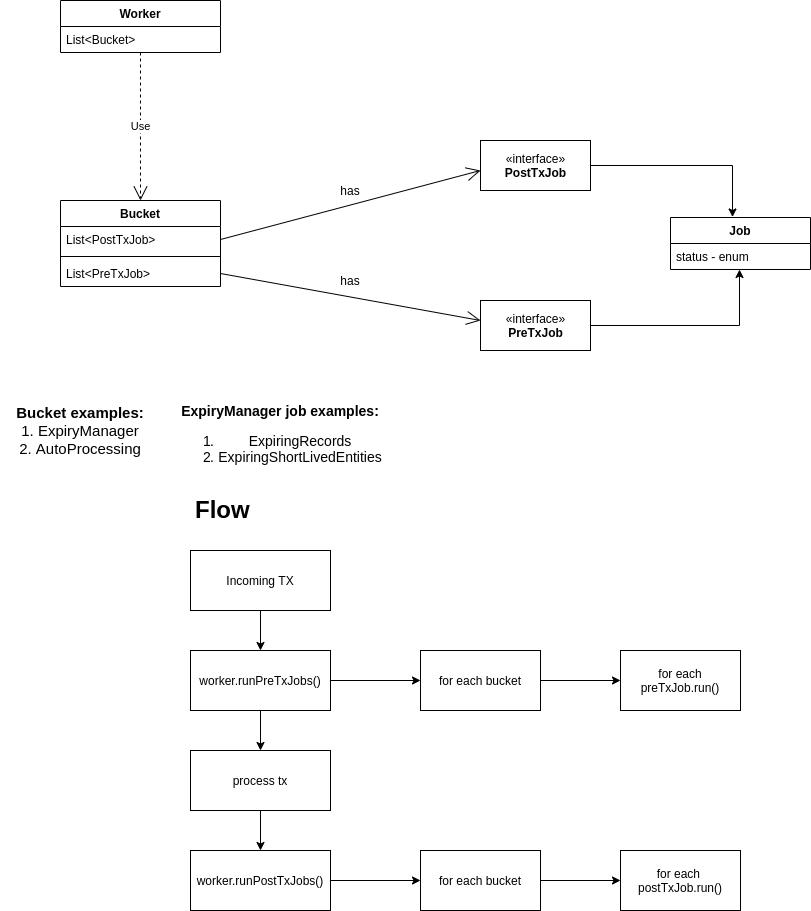
This is docs/expiry-and-auto-renewal/images/expiry_diagrams_and_flow.png from hashgraph/hedera-services, a draw.io export, as it was before one commit. Source tidied: cells renumbered, new cells last; positions are measured from the earlier drawing's top-left corner, leaving out a move shared by most shapes. Its diagram source:
```xml
<mxGraphModel background="#ffffff">
  <root>
    <mxCell id="0" />
    <mxCell id="1" parent="0" />
    <mxCell id="2" value="Worker" style="swimlane;fontStyle=1;align=center;verticalAlign=top;horizontal=1;startSize=26;" parent="1" vertex="1">
      <mxGeometry x="60" width="160" height="52" as="geometry" />
    </mxCell>
    <mxCell id="3" value="List&lt;Bucket&gt;" style="text;strokeColor=none;fillColor=none;align=left;verticalAlign=top;spacingLeft=4;spacingRight=4;overflow=hidden;points=[[0,0.5],[1,0.5]];portConstraint=eastwest;" parent="2" vertex="1">
      <mxGeometry y="26" width="160" height="26" as="geometry" />
    </mxCell>
    <mxCell id="4" value="Bucket" style="swimlane;fontStyle=1;align=center;verticalAlign=top;horizontal=1;startSize=26;" parent="1" vertex="1">
      <mxGeometry x="60" y="200" width="160" height="86" as="geometry" />
    </mxCell>
    <mxCell id="5" value="List&lt;PostTxJob&gt;" style="text;strokeColor=none;fillColor=none;align=left;verticalAlign=top;spacingLeft=4;spacingRight=4;overflow=hidden;points=[[0,0.5],[1,0.5]];portConstraint=eastwest;" parent="4" vertex="1">
      <mxGeometry y="26" width="160" height="26" as="geometry" />
    </mxCell>
    <mxCell id="6" style="line;strokeWidth=1;fillColor=none;align=left;verticalAlign=middle;spacingTop=-1;spacingLeft=3;spacingRight=3;labelPosition=right;" parent="4" vertex="1">
      <mxGeometry y="52" width="160" height="8" as="geometry" />
    </mxCell>
    <mxCell id="7" value="List&lt;PreTxJob&gt;" style="text;strokeColor=none;fillColor=none;align=left;verticalAlign=top;spacingLeft=4;spacingRight=4;overflow=hidden;points=[[0,0.5],[1,0.5]];portConstraint=eastwest;" parent="4" vertex="1">
      <mxGeometry y="60" width="160" height="26" as="geometry" />
    </mxCell>
    <mxCell id="8" style="endArrow=open;endFill=1;endSize=12;html=1;exitX=1;exitY=0.5;exitDx=0;exitDy=0;" parent="1" edge="1" source="5">
      <mxGeometry relative="1" as="geometry">
        <mxPoint x="480" y="170" as="targetPoint" />
      </mxGeometry>
    </mxCell>
    <mxCell id="9" style="endArrow=open;endFill=1;endSize=12;html=1;exitX=1;exitY=0.5;exitDx=0;exitDy=0;" parent="1" edge="1" source="7">
      <mxGeometry relative="1" as="geometry">
        <mxPoint x="480" y="320" as="targetPoint" />
      </mxGeometry>
    </mxCell>
    <mxCell id="10" style="edgeStyle=orthogonalEdgeStyle;rounded=0;jettySize=auto;html=1;entryX=0.443;entryY=-0.01;entryDx=0;entryDy=0;entryPerimeter=0;exitX=1;exitY=0.5;exitDx=0;exitDy=0;" parent="1" edge="1" source="11" target="15">
      <mxGeometry relative="1" as="geometry" />
    </mxCell>
    <mxCell id="11" value="«interface»&lt;br&gt;&lt;b&gt;PostTxJob&lt;/b&gt;" style="html=1;" parent="1" vertex="1">
      <mxGeometry x="480" y="140" width="110" height="50" as="geometry" />
    </mxCell>
    <mxCell id="12" style="edgeStyle=orthogonalEdgeStyle;rounded=0;jettySize=auto;html=1;exitX=1;exitY=0.5;exitDx=0;exitDy=0;" parent="1" edge="1" source="13" target="16">
      <mxGeometry relative="1" as="geometry">
        <Array as="points">
          <mxPoint x="739" y="325" />
        </Array>
      </mxGeometry>
    </mxCell>
    <mxCell id="13" value="«interface»&lt;br&gt;&lt;b&gt;PreTxJob&lt;/b&gt;" style="html=1;" parent="1" vertex="1">
      <mxGeometry x="480" y="300" width="110" height="50" as="geometry" />
    </mxCell>
    <mxCell id="14" value="Use" style="endArrow=open;endSize=12;dashed=1;html=1;entryX=0.5;entryY=0;entryDx=0;entryDy=0;exitX=0.5;exitY=1;exitDx=0;exitDy=0;exitPerimeter=0;" parent="1" edge="1" source="3" target="4">
      <mxGeometry relative="1" as="geometry" />
    </mxCell>
    <mxCell id="15" value="Job" style="swimlane;fontStyle=1;horizontal=1;startSize=26;fillColor=none;" parent="1" vertex="1">
      <mxGeometry x="670" y="217" width="140" height="52" as="geometry" />
    </mxCell>
    <mxCell id="16" value="status - enum" style="text;strokeColor=none;fillColor=none;align=left;verticalAlign=top;spacingLeft=4;spacingRight=4;overflow=hidden;points=[[0,0.5],[1,0.5]];portConstraint=eastwest;" parent="15" vertex="1">
      <mxGeometry y="26" width="140" height="26" as="geometry" />
    </mxCell>
    <mxCell id="17" value="has" style="text;html=1;strokeColor=none;fillColor=none;align=center;verticalAlign=middle;whiteSpace=wrap;rounded=0;" parent="1" vertex="1">
      <mxGeometry x="330" y="180" width="40" height="20" as="geometry" />
    </mxCell>
    <mxCell id="18" value="has" style="text;html=1;strokeColor=none;fillColor=none;align=center;verticalAlign=middle;whiteSpace=wrap;rounded=0;" parent="1" vertex="1">
      <mxGeometry x="330" y="270" width="40" height="20" as="geometry" />
    </mxCell>
    <mxCell id="19" value="&lt;h1&gt;Flow&amp;nbsp;&lt;/h1&gt;" style="text;html=1;strokeColor=none;fillColor=none;spacing=5;spacingTop=-20;whiteSpace=wrap;overflow=hidden;rounded=0;" parent="1" vertex="1">
      <mxGeometry x="190" y="490" width="70" height="40" as="geometry" />
    </mxCell>
    <mxCell id="20" style="edgeStyle=orthogonalEdgeStyle;rounded=0;jettySize=auto;html=1;" parent="1" edge="1" source="21" target="24">
      <mxGeometry relative="1" as="geometry" />
    </mxCell>
    <mxCell id="21" value="Incoming TX" style="rounded=0;whiteSpace=wrap;html=1;" parent="1" vertex="1">
      <mxGeometry x="190" y="550" width="140" height="60" as="geometry" />
    </mxCell>
    <mxCell id="22" style="edgeStyle=orthogonalEdgeStyle;rounded=0;jettySize=auto;html=1;" parent="1" edge="1" source="24" target="26">
      <mxGeometry relative="1" as="geometry" />
    </mxCell>
    <mxCell id="23" style="edgeStyle=orthogonalEdgeStyle;rounded=0;jettySize=auto;html=1;" parent="1" edge="1" source="24" target="30">
      <mxGeometry relative="1" as="geometry" />
    </mxCell>
    <mxCell id="24" value="worker.runPreTxJobs()" style="whiteSpace=wrap;html=1;rounded=0;" parent="1" vertex="1">
      <mxGeometry x="190" y="650" width="140" height="60" as="geometry" />
    </mxCell>
    <mxCell id="25" style="edgeStyle=orthogonalEdgeStyle;rounded=0;jettySize=auto;html=1;" parent="1" edge="1" source="26" target="28">
      <mxGeometry relative="1" as="geometry" />
    </mxCell>
    <mxCell id="26" value="process tx" style="whiteSpace=wrap;html=1;rounded=0;" parent="1" vertex="1">
      <mxGeometry x="190" y="750" width="140" height="60" as="geometry" />
    </mxCell>
    <mxCell id="27" style="edgeStyle=orthogonalEdgeStyle;rounded=0;jettySize=auto;html=1;" parent="1" edge="1" source="28" target="33">
      <mxGeometry relative="1" as="geometry" />
    </mxCell>
    <mxCell id="28" value="worker.runPostTxJobs()" style="whiteSpace=wrap;html=1;rounded=0;" parent="1" vertex="1">
      <mxGeometry x="190" y="850" width="140" height="60" as="geometry" />
    </mxCell>
    <mxCell id="29" style="edgeStyle=orthogonalEdgeStyle;rounded=0;jettySize=auto;html=1;" parent="1" edge="1" source="30" target="31">
      <mxGeometry relative="1" as="geometry" />
    </mxCell>
    <mxCell id="30" value="for each bucket" style="whiteSpace=wrap;html=1;rounded=0;" parent="1" vertex="1">
      <mxGeometry x="420" y="650" width="120" height="60" as="geometry" />
    </mxCell>
    <mxCell id="31" value="for each preTxJob.run()" style="whiteSpace=wrap;html=1;rounded=0;" parent="1" vertex="1">
      <mxGeometry x="620" y="650" width="120" height="60" as="geometry" />
    </mxCell>
    <mxCell id="32" style="edgeStyle=orthogonalEdgeStyle;rounded=0;jettySize=auto;html=1;" parent="1" edge="1" source="33" target="34">
      <mxGeometry relative="1" as="geometry" />
    </mxCell>
    <mxCell id="33" value="for each bucket" style="whiteSpace=wrap;html=1;rounded=0;" parent="1" vertex="1">
      <mxGeometry x="420" y="850" width="120" height="60" as="geometry" />
    </mxCell>
    <mxCell id="34" value="for each&amp;nbsp;&lt;br&gt;postTxJob.run()" style="whiteSpace=wrap;html=1;rounded=0;" parent="1" vertex="1">
      <mxGeometry x="620" y="850" width="120" height="60" as="geometry" />
    </mxCell>
    <mxCell id="35" value="&lt;font style=&quot;font-size: 15px&quot;&gt;&lt;b&gt;Bucket examples:&lt;/b&gt;&lt;br&gt;1.&lt;b&gt; &lt;/b&gt;ExpiryManager&lt;br&gt;2.&lt;b&gt; &lt;/b&gt;AutoProcessing&lt;br&gt;&lt;/font&gt;" style="text;html=1;strokeColor=none;fillColor=none;align=center;verticalAlign=middle;whiteSpace=wrap;rounded=0;" parent="1" vertex="1">
      <mxGeometry y="390" width="160" height="80" as="geometry" />
    </mxCell>
    <mxCell id="36" value="&lt;font style=&quot;font-size: 14px&quot;&gt;&lt;b&gt;ExpiryManager job examples:&lt;/b&gt;&lt;br&gt;&lt;ol&gt;&lt;li&gt;ExpiringRecords&lt;/li&gt;&lt;li&gt;ExpiringShortLivedEntities&lt;/li&gt;&lt;/ol&gt;&lt;/font&gt;" style="text;html=1;strokeColor=none;fillColor=none;align=center;verticalAlign=middle;whiteSpace=wrap;rounded=0;" parent="1" vertex="1">
      <mxGeometry x="170" y="400" width="220" height="80" as="geometry" />
    </mxCell>
  </root>
</mxGraphModel>
```
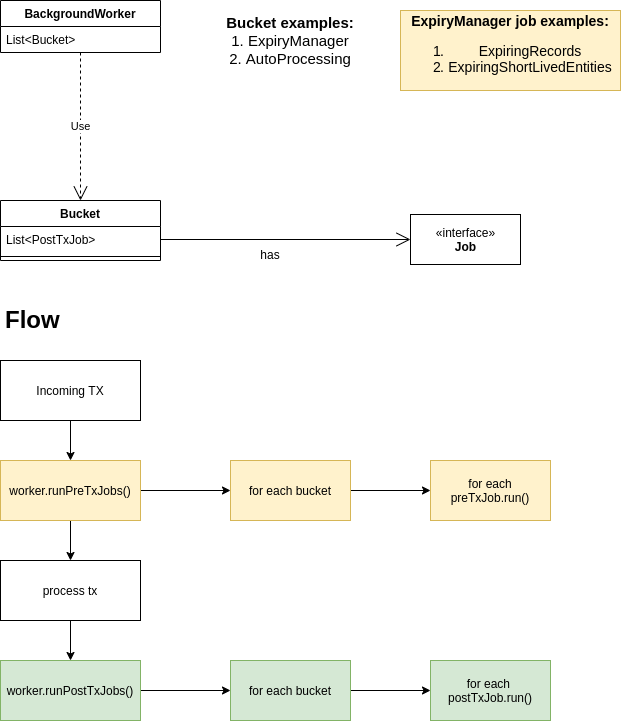
Later version of the same file.

What changed in the source:
```diff
@@ -2,14 +2,14 @@
   <root>
     <mxCell id="0" />
     <mxCell id="1" parent="0" />
-    <mxCell id="2" value="Worker" style="swimlane;fontStyle=1;align=center;verticalAlign=top;horizontal=1;startSize=26;" parent="1" vertex="1">
-      <mxGeometry x="60" width="160" height="52" as="geometry" />
+    <mxCell id="2" value="BackgroundWorker" style="swimlane;fontStyle=1;align=center;verticalAlign=top;horizontal=1;startSize=26;" parent="1" vertex="1">
+      <mxGeometry x="190" y="190" width="160" height="52" as="geometry" />
     </mxCell>
     <mxCell id="3" value="List&lt;Bucket&gt;" style="text;strokeColor=none;fillColor=none;align=left;verticalAlign=top;spacingLeft=4;spacingRight=4;overflow=hidden;points=[[0,0.5],[1,0.5]];portConstraint=eastwest;" parent="2" vertex="1">
       <mxGeometry y="26" width="160" height="26" as="geometry" />
     </mxCell>
     <mxCell id="4" value="Bucket" style="swimlane;fontStyle=1;align=center;verticalAlign=top;horizontal=1;startSize=26;" parent="1" vertex="1">
-      <mxGeometry x="60" y="200" width="160" height="86" as="geometry" />
+      <mxGeometry x="190" y="390" width="160" height="60" as="geometry" />
     </mxCell>
     <mxCell id="5" value="List&lt;PostTxJob&gt;" style="text;strokeColor=none;fillColor=none;align=left;verticalAlign=top;spacingLeft=4;spacingRight=4;overflow=hidden;points=[[0,0.5],[1,0.5]];portConstraint=eastwest;" parent="4" vertex="1">
       <mxGeometry y="26" width="160" height="26" as="geometry" />
@@ -17,49 +17,17 @@
     <mxCell id="6" style="line;strokeWidth=1;fillColor=none;align=left;verticalAlign=middle;spacingTop=-1;spacingLeft=3;spacingRight=3;labelPosition=right;" parent="4" vertex="1">
       <mxGeometry y="52" width="160" height="8" as="geometry" />
     </mxCell>
-    <mxCell id="7" value="List&lt;PreTxJob&gt;" style="text;strokeColor=none;fillColor=none;align=left;verticalAlign=top;spacingLeft=4;spacingRight=4;overflow=hidden;points=[[0,0.5],[1,0.5]];portConstraint=eastwest;" parent="4" vertex="1">
-      <mxGeometry y="60" width="160" height="26" as="geometry" />
-    </mxCell>
-    <mxCell id="8" style="endArrow=open;endFill=1;endSize=12;html=1;exitX=1;exitY=0.5;exitDx=0;exitDy=0;" parent="1" edge="1" source="5">
-      <mxGeometry relative="1" as="geometry">
-        <mxPoint x="480" y="170" as="targetPoint" />
-      </mxGeometry>
-    </mxCell>
-    <mxCell id="9" style="endArrow=open;endFill=1;endSize=12;html=1;exitX=1;exitY=0.5;exitDx=0;exitDy=0;" parent="1" edge="1" source="7">
-      <mxGeometry relative="1" as="geometry">
-        <mxPoint x="480" y="320" as="targetPoint" />
-      </mxGeometry>
+    <mxCell id="9" style="endArrow=open;endFill=1;endSize=12;html=1;exitX=1;exitY=0.5;exitDx=0;exitDy=0;entryX=0;entryY=0.5;entryDx=0;entryDy=0;" parent="1" edge="1" source="5" target="13">
+      <mxGeometry relative="1" as="geometry" />
     </mxCell>
-    <mxCell id="10" style="edgeStyle=orthogonalEdgeStyle;rounded=0;jettySize=auto;html=1;entryX=0.443;entryY=-0.01;entryDx=0;entryDy=0;entryPerimeter=0;exitX=1;exitY=0.5;exitDx=0;exitDy=0;" parent="1" edge="1" source="11" target="15">
-      <mxGeometry relative="1" as="geometry" />
-    </mxCell>
-    <mxCell id="11" value="«interface»&lt;br&gt;&lt;b&gt;PostTxJob&lt;/b&gt;" style="html=1;" parent="1" vertex="1">
-      <mxGeometry x="480" y="140" width="110" height="50" as="geometry" />
-    </mxCell>
-    <mxCell id="12" style="edgeStyle=orthogonalEdgeStyle;rounded=0;jettySize=auto;html=1;exitX=1;exitY=0.5;exitDx=0;exitDy=0;" parent="1" edge="1" source="13" target="16">
-      <mxGeometry relative="1" as="geometry">
-        <Array as="points">
-          <mxPoint x="739" y="325" />
-        </Array>
-      </mxGeometry>
-    </mxCell>
-    <mxCell id="13" value="«interface»&lt;br&gt;&lt;b&gt;PreTxJob&lt;/b&gt;" style="html=1;" parent="1" vertex="1">
-      <mxGeometry x="480" y="300" width="110" height="50" as="geometry" />
+    <mxCell id="13" value="«interface»&lt;br&gt;&lt;b&gt;Job&lt;/b&gt;" style="html=1;" parent="1" vertex="1">
+      <mxGeometry x="600" y="404" width="110" height="50" as="geometry" />
     </mxCell>
     <mxCell id="14" value="Use" style="endArrow=open;endSize=12;dashed=1;html=1;entryX=0.5;entryY=0;entryDx=0;entryDy=0;exitX=0.5;exitY=1;exitDx=0;exitDy=0;exitPerimeter=0;" parent="1" edge="1" source="3" target="4">
       <mxGeometry relative="1" as="geometry" />
     </mxCell>
-    <mxCell id="15" value="Job" style="swimlane;fontStyle=1;horizontal=1;startSize=26;fillColor=none;" parent="1" vertex="1">
-      <mxGeometry x="670" y="217" width="140" height="52" as="geometry" />
-    </mxCell>
-    <mxCell id="16" value="status - enum" style="text;strokeColor=none;fillColor=none;align=left;verticalAlign=top;spacingLeft=4;spacingRight=4;overflow=hidden;points=[[0,0.5],[1,0.5]];portConstraint=eastwest;" parent="15" vertex="1">
-      <mxGeometry y="26" width="140" height="26" as="geometry" />
-    </mxCell>
-    <mxCell id="17" value="has" style="text;html=1;strokeColor=none;fillColor=none;align=center;verticalAlign=middle;whiteSpace=wrap;rounded=0;" parent="1" vertex="1">
-      <mxGeometry x="330" y="180" width="40" height="20" as="geometry" />
-    </mxCell>
     <mxCell id="18" value="has" style="text;html=1;strokeColor=none;fillColor=none;align=center;verticalAlign=middle;whiteSpace=wrap;rounded=0;" parent="1" vertex="1">
-      <mxGeometry x="330" y="270" width="40" height="20" as="geometry" />
+      <mxGeometry x="440" y="434" width="40" height="20" as="geometry" />
     </mxCell>
     <mxCell id="19" value="&lt;h1&gt;Flow&amp;nbsp;&lt;/h1&gt;" style="text;html=1;strokeColor=none;fillColor=none;spacing=5;spacingTop=-20;whiteSpace=wrap;overflow=hidden;rounded=0;" parent="1" vertex="1">
       <mxGeometry x="190" y="490" width="70" height="40" as="geometry" />
@@ -76,7 +44,7 @@
     <mxCell id="23" style="edgeStyle=orthogonalEdgeStyle;rounded=0;jettySize=auto;html=1;" parent="1" edge="1" source="24" target="30">
       <mxGeometry relative="1" as="geometry" />
     </mxCell>
-    <mxCell id="24" value="worker.runPreTxJobs()" style="whiteSpace=wrap;html=1;rounded=0;" parent="1" vertex="1">
+    <mxCell id="24" value="worker.runPreTxJobs()" style="whiteSpace=wrap;html=1;rounded=0;fillColor=#fff2cc;strokeColor=#d6b656;" parent="1" vertex="1">
       <mxGeometry x="190" y="650" width="140" height="60" as="geometry" />
     </mxCell>
     <mxCell id="25" style="edgeStyle=orthogonalEdgeStyle;rounded=0;jettySize=auto;html=1;" parent="1" edge="1" source="26" target="28">
@@ -88,32 +56,32 @@
     <mxCell id="27" style="edgeStyle=orthogonalEdgeStyle;rounded=0;jettySize=auto;html=1;" parent="1" edge="1" source="28" target="33">
       <mxGeometry relative="1" as="geometry" />
     </mxCell>
-    <mxCell id="28" value="worker.runPostTxJobs()" style="whiteSpace=wrap;html=1;rounded=0;" parent="1" vertex="1">
+    <mxCell id="28" value="worker.runPostTxJobs()" style="whiteSpace=wrap;html=1;rounded=0;fillColor=#d5e8d4;strokeColor=#82b366;" parent="1" vertex="1">
       <mxGeometry x="190" y="850" width="140" height="60" as="geometry" />
     </mxCell>
     <mxCell id="29" style="edgeStyle=orthogonalEdgeStyle;rounded=0;jettySize=auto;html=1;" parent="1" edge="1" source="30" target="31">
       <mxGeometry relative="1" as="geometry" />
     </mxCell>
-    <mxCell id="30" value="for each bucket" style="whiteSpace=wrap;html=1;rounded=0;" parent="1" vertex="1">
+    <mxCell id="30" value="for each bucket" style="whiteSpace=wrap;html=1;rounded=0;fillColor=#fff2cc;strokeColor=#d6b656;" parent="1" vertex="1">
       <mxGeometry x="420" y="650" width="120" height="60" as="geometry" />
     </mxCell>
-    <mxCell id="31" value="for each preTxJob.run()" style="whiteSpace=wrap;html=1;rounded=0;" parent="1" vertex="1">
+    <mxCell id="31" value="for each preTxJob.run()" style="whiteSpace=wrap;html=1;rounded=0;fillColor=#fff2cc;strokeColor=#d6b656;" parent="1" vertex="1">
       <mxGeometry x="620" y="650" width="120" height="60" as="geometry" />
     </mxCell>
     <mxCell id="32" style="edgeStyle=orthogonalEdgeStyle;rounded=0;jettySize=auto;html=1;" parent="1" edge="1" source="33" target="34">
       <mxGeometry relative="1" as="geometry" />
     </mxCell>
-    <mxCell id="33" value="for each bucket" style="whiteSpace=wrap;html=1;rounded=0;" parent="1" vertex="1">
+    <mxCell id="33" value="for each bucket" style="whiteSpace=wrap;html=1;rounded=0;fillColor=#d5e8d4;strokeColor=#82b366;" parent="1" vertex="1">
       <mxGeometry x="420" y="850" width="120" height="60" as="geometry" />
     </mxCell>
-    <mxCell id="34" value="for each&amp;nbsp;&lt;br&gt;postTxJob.run()" style="whiteSpace=wrap;html=1;rounded=0;" parent="1" vertex="1">
+    <mxCell id="34" value="for each&amp;nbsp;&lt;br&gt;postTxJob.run()" style="whiteSpace=wrap;html=1;rounded=0;fillColor=#d5e8d4;strokeColor=#82b366;" parent="1" vertex="1">
       <mxGeometry x="620" y="850" width="120" height="60" as="geometry" />
     </mxCell>
     <mxCell id="35" value="&lt;font style=&quot;font-size: 15px&quot;&gt;&lt;b&gt;Bucket examples:&lt;/b&gt;&lt;br&gt;1.&lt;b&gt; &lt;/b&gt;ExpiryManager&lt;br&gt;2.&lt;b&gt; &lt;/b&gt;AutoProcessing&lt;br&gt;&lt;/font&gt;" style="text;html=1;strokeColor=none;fillColor=none;align=center;verticalAlign=middle;whiteSpace=wrap;rounded=0;" parent="1" vertex="1">
-      <mxGeometry y="390" width="160" height="80" as="geometry" />
+      <mxGeometry x="400" y="190" width="160" height="80" as="geometry" />
     </mxCell>
-    <mxCell id="36" value="&lt;font style=&quot;font-size: 14px&quot;&gt;&lt;b&gt;ExpiryManager job examples:&lt;/b&gt;&lt;br&gt;&lt;ol&gt;&lt;li&gt;ExpiringRecords&lt;/li&gt;&lt;li&gt;ExpiringShortLivedEntities&lt;/li&gt;&lt;/ol&gt;&lt;/font&gt;" style="text;html=1;strokeColor=none;fillColor=none;align=center;verticalAlign=middle;whiteSpace=wrap;rounded=0;" parent="1" vertex="1">
-      <mxGeometry x="170" y="400" width="220" height="80" as="geometry" />
+    <mxCell id="36" value="&lt;font style=&quot;font-size: 14px&quot;&gt;&lt;b&gt;ExpiryManager job examples:&lt;/b&gt;&lt;br&gt;&lt;ol&gt;&lt;li&gt;ExpiringRecords&lt;/li&gt;&lt;li&gt;ExpiringShortLivedEntities&lt;/li&gt;&lt;/ol&gt;&lt;/font&gt;" style="text;html=1;strokeColor=#d6b656;fillColor=#fff2cc;align=center;verticalAlign=middle;whiteSpace=wrap;rounded=0;" parent="1" vertex="1">
+      <mxGeometry x="590" y="200" width="220" height="80" as="geometry" />
     </mxCell>
   </root>
 </mxGraphModel>
```
